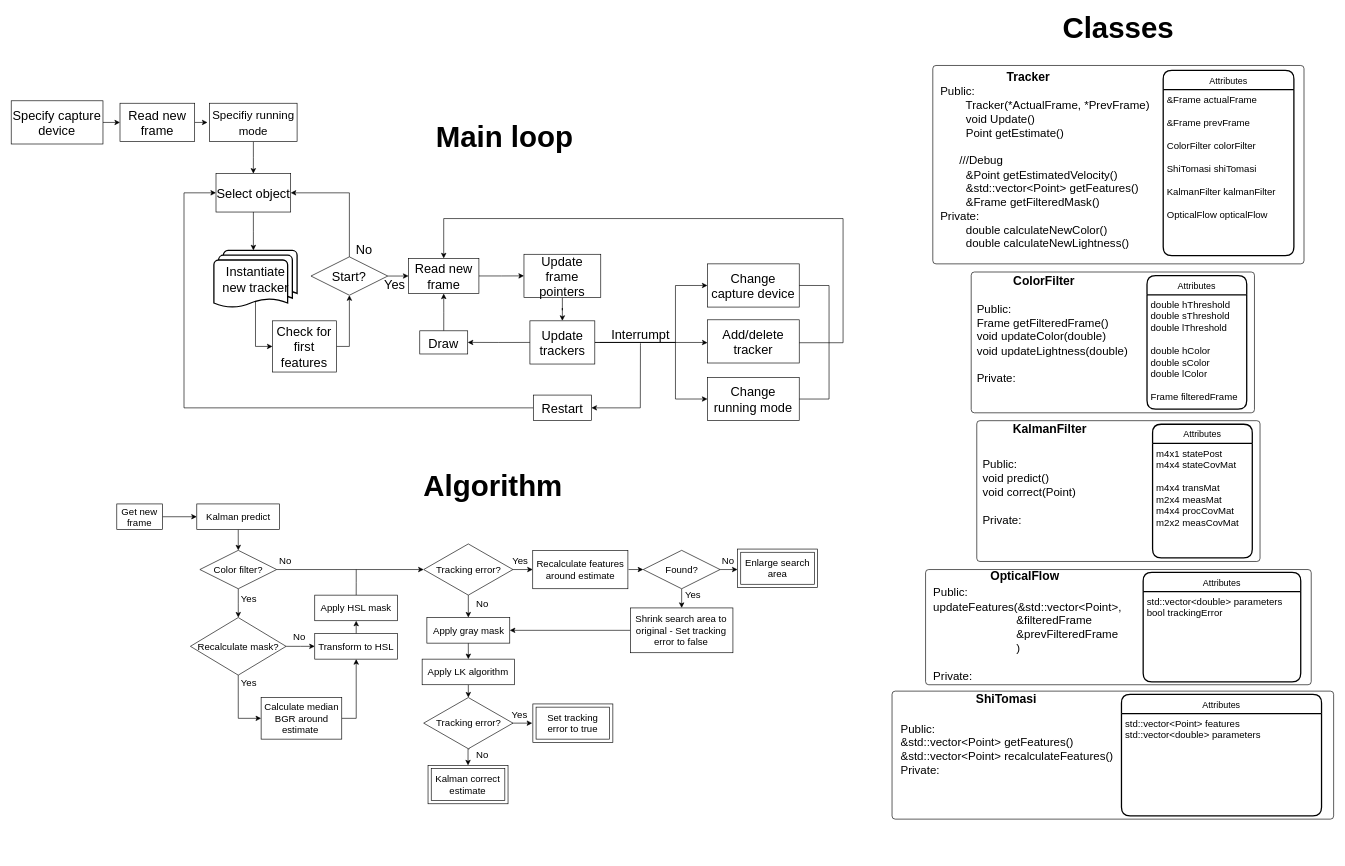
Above: Flowchart.drawio in amechu/TP_FINAL_ASSD (draw.io), before the change. Source tidied: cells renumbered, new cells numbered last; positions are measured from the earlier drawing's top-left corner, leaving out a move shared by most shapes. Both pictures are drawn from the tidied source at 64%, with x=0, y=0 at pixel (11, 11).
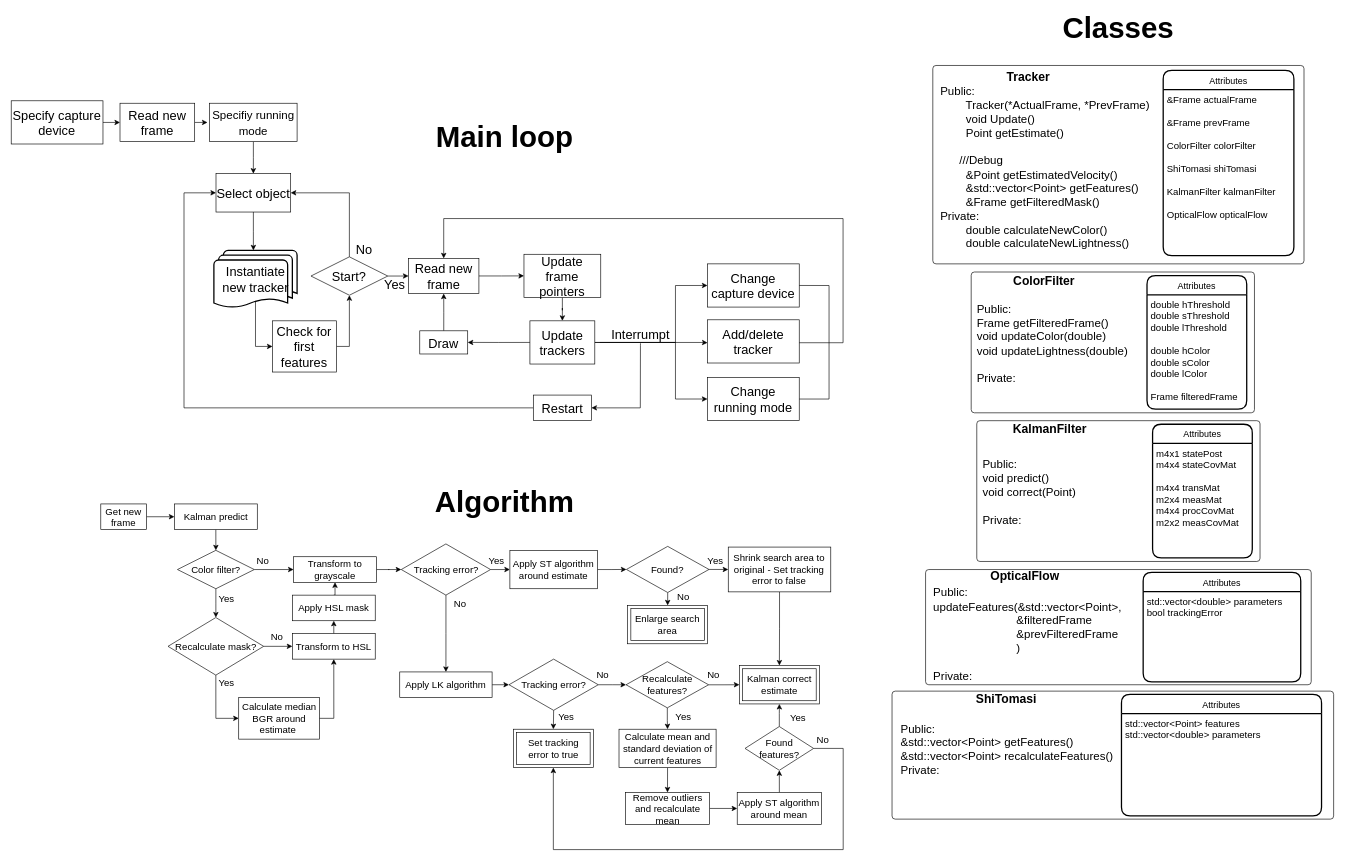
The same page after the edit.

What changed in the source:
```diff
@@
     <mxCell id="59" value="&lt;font size=&quot;1&quot;&gt;&lt;b style=&quot;font-size: 46px&quot;&gt;Algorithm&lt;/b&gt;&lt;/font&gt;" style="html=1;shape=mxgraph.er.anchor;whiteSpace=wrap;" parent="1" vertex="1">
-      <mxGeometry x="633.4" y="715.1" width="240" height="54.7" as="geometry" />
+      <mxGeometry x="651.1" y="740" width="240" height="54.7" as="geometry" />
     </mxCell>
     <mxCell id="60" style="edgeStyle=orthogonalEdgeStyle;rounded=0;jettySize=auto;html=1;exitX=0.5;exitY=1;exitDx=0;exitDy=0;entryX=0.5;entryY=0;entryDx=0;entryDy=0;endArrow=classic;endFill=1;fontSize=15;" parent="1" edge="1" target="65">
       <mxGeometry relative="1" as="geometry">
-        <mxPoint x="354.8" y="847.4" as="sourcePoint" />
+        <mxPoint x="319.8" y="847.4" as="sourcePoint" />
       </mxGeometry>
     </mxCell>
@@
     <mxCell id="62" value="Get new frame" style="whiteSpace=wrap;html=1;align=center;fontSize=15;" parent="1" vertex="1">
-      <mxGeometry x="165" y="769.9" width="71.4" height="40" as="geometry" />
+      <mxGeometry x="140" y="769.9" width="71.4" height="40" as="geometry" />
     </mxCell>
     <mxCell id="63" style="edgeStyle=orthogonalEdgeStyle;rounded=0;jettySize=auto;html=1;exitX=0.5;exitY=1;exitDx=0;exitDy=0;entryX=0.5;entryY=0;entryDx=0;entryDy=0;endArrow=classic;endFill=1;fontSize=15;" parent="1" edge="1" source="65">
       <mxGeometry relative="1" as="geometry">
-        <mxPoint x="354.8" y="947.4" as="targetPoint" />
+        <mxPoint x="319.8" y="947.4" as="targetPoint" />
       </mxGeometry>
     </mxCell>
-    <mxCell id="64" style="edgeStyle=orthogonalEdgeStyle;rounded=0;jettySize=auto;html=1;exitX=1;exitY=0.5;exitDx=0;exitDy=0;endArrow=classic;endFill=1;fontSize=15;entryX=0;entryY=0.5;entryDx=0;entryDy=0;sketch=0;" parent="1" edge="1" source="65" target="79">
-      <mxGeometry relative="1" as="geometry" />
-    </mxCell>
+    <mxCell id="114" style="edgeStyle=orthogonalEdgeStyle;rounded=0;jettySize=auto;html=1;entryX=0;entryY=0.5;entryDx=0;entryDy=0;" parent="1" edge="1" source="65" target="139">
+      <mxGeometry relative="1" as="geometry" />
+    </mxCell>
     <mxCell id="65" value="Color filter?" style="shape=rhombus;perimeter=rhombusPerimeter;whiteSpace=wrap;html=1;align=center;fontSize=15;" parent="1" vertex="1">
-      <mxGeometry x="294.8" y="842.4" width="120" height="60" as="geometry" />
+      <mxGeometry x="259.8" y="842.4" width="120" height="60" as="geometry" />
     </mxCell>
@@
     <mxCell id="67" value="Transform to HSL" style="whiteSpace=wrap;html=1;align=center;fontSize=15;" parent="1" vertex="1">
-      <mxGeometry x="474.3" y="972.4" width="129.5" height="40" as="geometry" />
+      <mxGeometry x="439.3" y="972.4" width="129.5" height="40" as="geometry" />
     </mxCell>
     <mxCell id="68" style="edgeStyle=orthogonalEdgeStyle;rounded=0;jettySize=auto;html=1;exitX=1;exitY=0.5;exitDx=0;exitDy=0;endArrow=classic;endFill=1;fontSize=15;" parent="1" edge="1" source="70">
       <mxGeometry relative="1" as="geometry">
-        <mxPoint x="474.3" y="992.4" as="targetPoint" />
+        <mxPoint x="439.3" y="992.4" as="targetPoint" />
       </mxGeometry>
     </mxCell>
@@
     <mxCell id="70" value="Recalculate mask?" style="shape=rhombus;perimeter=rhombusPerimeter;whiteSpace=wrap;html=1;align=center;fontSize=15;" parent="1" vertex="1">
-      <mxGeometry x="280" y="947.4" width="149.5" height="90" as="geometry" />
+      <mxGeometry x="245" y="947.4" width="149.5" height="90" as="geometry" />
     </mxCell>
     <mxCell id="71" value="No" style="text;html=1;align=center;verticalAlign=middle;fontSize=15;" parent="1" vertex="1">
-      <mxGeometry x="434.5" y="967.4" width="30" height="20" as="geometry" />
+      <mxGeometry x="399.5" y="967.4" width="30" height="20" as="geometry" />
     </mxCell>
     <mxCell id="72" value="Yes" style="text;html=1;align=center;verticalAlign=middle;fontSize=15;" parent="1" vertex="1">
-      <mxGeometry x="350.5" y="907.4" width="40" height="20" as="geometry" />
+      <mxGeometry x="315.5" y="907.4" width="40" height="20" as="geometry" />
     </mxCell>
-    <mxCell id="73" style="edgeStyle=orthogonalEdgeStyle;rounded=0;sketch=0;jettySize=auto;html=1;exitX=0.5;exitY=0;exitDx=0;exitDy=0;endArrow=none;endFill=0;fontSize=15;fontColor=#FF9933;anchorPointDirection=0;" parent="1" edge="1" source="74">
-      <mxGeometry relative="1" as="geometry">
-        <mxPoint x="539.1" y="872.4" as="targetPoint" />
-      </mxGeometry>
-    </mxCell>
+    <mxCell id="115" style="edgeStyle=orthogonalEdgeStyle;rounded=0;jettySize=auto;html=1;exitX=0.5;exitY=0;exitDx=0;exitDy=0;entryX=0.5;entryY=1;entryDx=0;entryDy=0;" parent="1" edge="1" source="74" target="139">
+      <mxGeometry relative="1" as="geometry" />
+    </mxCell>
     <mxCell id="74" value="Apply HSL mask" style="whiteSpace=wrap;html=1;align=center;fontSize=15;" parent="1" vertex="1">
-      <mxGeometry x="474.3" y="912.4" width="129.5" height="40" as="geometry" />
+      <mxGeometry x="439.3" y="912.4" width="129.5" height="40" as="geometry" />
     </mxCell>
@@
-    <mxCell id="77" style="edgeStyle=orthogonalEdgeStyle;rounded=0;jettySize=auto;html=1;exitX=1;exitY=0.5;exitDx=0;exitDy=0;entryX=0;entryY=0.5;entryDx=0;entryDy=0;endArrow=classic;endFill=1;fontSize=15;" parent="1" edge="1" source="79" target="82">
+    <mxCell id="77" style="edgeStyle=orthogonalEdgeStyle;rounded=0;jettySize=auto;html=1;exitX=1;exitY=0.5;exitDx=0;exitDy=0;entryX=0;entryY=0.5;entryDx=0;entryDy=0;" parent="1" edge="1" source="79" target="82">
       <mxGeometry relative="1" as="geometry" />
     </mxCell>
-    <mxCell id="78" style="edgeStyle=orthogonalEdgeStyle;rounded=0;jettySize=auto;html=1;exitX=0.5;exitY=1;exitDx=0;exitDy=0;entryX=0.5;entryY=0;entryDx=0;entryDy=0;endArrow=classic;endFill=1;fontSize=15;" parent="1" edge="1" source="79" target="93">
-      <mxGeometry relative="1" as="geometry" />
-    </mxCell>
+    <mxCell id="116" style="edgeStyle=orthogonalEdgeStyle;rounded=0;jettySize=auto;html=1;entryX=0.5;entryY=0;entryDx=0;entryDy=0;" parent="1" edge="1" source="79" target="97">
+      <mxGeometry relative="1" as="geometry" />
+    </mxCell>
     <mxCell id="79" value="Tracking error?" style="shape=rhombus;perimeter=rhombusPerimeter;whiteSpace=wrap;html=1;align=center;fontSize=15;" parent="1" vertex="1">
-      <mxGeometry x="644.5" y="832.4" width="139.5" height="80" as="geometry" />
+      <mxGeometry x="609.5" y="832.4" width="139.5" height="80" as="geometry" />
     </mxCell>
     <mxCell id="80" value="No" style="text;html=1;align=center;verticalAlign=middle;fontSize=15;" parent="1" vertex="1">
-      <mxGeometry x="413.3" y="849.4" width="30" height="20" as="geometry" />
+      <mxGeometry x="378.3" y="849.4" width="30" height="20" as="geometry" />
     </mxCell>
-    <mxCell id="81" style="edgeStyle=orthogonalEdgeStyle;rounded=0;jettySize=auto;html=1;exitX=1;exitY=0.5;exitDx=0;exitDy=0;entryX=0;entryY=0.5;entryDx=0;entryDy=0;endArrow=classic;endFill=1;fontSize=15;" parent="1" edge="1" target="86">
-      <mxGeometry relative="1" as="geometry">
-        <mxPoint x="964.6" y="872.4" as="sourcePoint" />
-      </mxGeometry>
-    </mxCell>
+    <mxCell id="117" style="edgeStyle=orthogonalEdgeStyle;rounded=0;jettySize=auto;html=1;entryX=0;entryY=0.5;entryDx=0;entryDy=0;" parent="1" edge="1" source="82" target="86">
+      <mxGeometry relative="1" as="geometry" />
+    </mxCell>
-    <mxCell id="82" value="Recalculate features around estimate" style="whiteSpace=wrap;html=1;align=center;fontSize=15;" parent="1" vertex="1">
-      <mxGeometry x="814.9" y="842.4" width="148.7" height="60" as="geometry" />
+    <mxCell id="82" value="Apply ST algorithm around estimate" style="whiteSpace=wrap;html=1;align=center;fontSize=15;" parent="1" vertex="1">
+      <mxGeometry x="779.2" y="842.4" width="136.8" height="60" as="geometry" />
     </mxCell>
     <mxCell id="83" value="Yes" style="text;html=1;align=center;verticalAlign=middle;fontSize=15;" parent="1" vertex="1">
-      <mxGeometry x="775.1" y="849.4" width="40" height="20" as="geometry" />
+      <mxGeometry x="737.8" y="848.4" width="40" height="20" as="geometry" />
     </mxCell>
-    <mxCell id="84" style="edgeStyle=orthogonalEdgeStyle;rounded=0;jettySize=auto;html=1;exitX=1;exitY=0.5;exitDx=0;exitDy=0;endArrow=classic;endFill=1;fontSize=15;" parent="1" edge="1" source="86">
-      <mxGeometry relative="1" as="geometry">
-        <mxPoint x="1134.9" y="872.8" as="targetPoint" />
-      </mxGeometry>
-    </mxCell>
-    <mxCell id="85" style="edgeStyle=orthogonalEdgeStyle;rounded=0;jettySize=auto;html=1;exitX=0.5;exitY=1;exitDx=0;exitDy=0;entryX=0.5;entryY=0;entryDx=0;entryDy=0;endArrow=classic;endFill=1;fontSize=15;" parent="1" edge="1" source="86" target="90">
-      <mxGeometry relative="1" as="geometry" />
-    </mxCell>
-    <mxCell id="86" value="Found?" style="shape=rhombus;perimeter=rhombusPerimeter;whiteSpace=wrap;html=1;align=center;fontSize=15;" parent="1" vertex="1">
-      <mxGeometry x="987.6" y="842.4" width="120" height="60" as="geometry" />
-    </mxCell>
     <mxCell id="87" value="Enlarge search area" style="shape=ext;margin=3;double=1;whiteSpace=wrap;html=1;align=center;fontSize=15;" parent="1" vertex="1">
-      <mxGeometry x="1134.9" y="840.4" width="125" height="60" as="geometry" />
+      <mxGeometry x="963.2" y="928.4" width="125" height="60" as="geometry" />
     </mxCell>
     <mxCell id="88" value="No" style="text;html=1;align=center;verticalAlign=middle;fontSize=15;" parent="1" vertex="1">
-      <mxGeometry x="1104.9" y="849.4" width="30" height="20" as="geometry" />
+      <mxGeometry x="1035.4" y="904.4" width="30" height="20" as="geometry" />
     </mxCell>
-    <mxCell id="89" style="edgeStyle=orthogonalEdgeStyle;rounded=0;jettySize=auto;html=1;exitX=0;exitY=0.5;exitDx=0;exitDy=0;entryX=1;entryY=0.5;entryDx=0;entryDy=0;endArrow=classic;endFill=1;fontSize=15;" parent="1" edge="1" source="90" target="93">
-      <mxGeometry relative="1" as="geometry" />
-    </mxCell>
+    <mxCell id="118" style="edgeStyle=orthogonalEdgeStyle;rounded=0;jettySize=auto;html=1;entryX=0.5;entryY=0;entryDx=0;entryDy=0;" parent="1" edge="1" source="90" target="104">
+      <mxGeometry relative="1" as="geometry" />
+    </mxCell>
     <mxCell id="90" value="Shrink search area to original - Set tracking error to false&lt;br&gt;" style="whiteSpace=wrap;html=1;align=center;fontSize=15;" parent="1" vertex="1">
-      <mxGeometry x="967.5" y="932.4" width="160.2" height="70" as="geometry" />
+      <mxGeometry x="1120.4" y="837.3" width="160.2" height="70" as="geometry" />
     </mxCell>
     <mxCell id="91" value="Yes" style="text;html=1;align=center;verticalAlign=middle;fontSize=15;" parent="1" vertex="1">
-      <mxGeometry x="1044.9" y="902.4" width="40" height="20" as="geometry" />
+      <mxGeometry x="1080.4" y="848.4" width="40" height="20" as="geometry" />
     </mxCell>
-    <mxCell id="92" style="edgeStyle=orthogonalEdgeStyle;rounded=0;jettySize=auto;html=1;exitX=0.5;exitY=1;exitDx=0;exitDy=0;entryX=0.5;entryY=0;entryDx=0;entryDy=0;endArrow=classic;endFill=1;fontSize=15;" parent="1" edge="1" source="93" target="97">
-      <mxGeometry relative="1" as="geometry" />
-    </mxCell>
-    <mxCell id="93" value="Apply gray mask" style="whiteSpace=wrap;html=1;align=center;fontSize=15;" parent="1" vertex="1">
-      <mxGeometry x="649.5" y="947.4" width="129.5" height="40" as="geometry" />
-    </mxCell>
     <mxCell id="94" value="No" style="text;html=1;align=center;verticalAlign=middle;fontSize=15;" parent="1" vertex="1">
-      <mxGeometry x="720.9" y="915.4" width="30" height="20" as="geometry" />
+      <mxGeometry x="685.9" y="915.4" width="30" height="20" as="geometry" />
     </mxCell>
     <mxCell id="95" value="Yes" style="text;html=1;align=center;verticalAlign=middle;fontSize=15;" parent="1" vertex="1">
-      <mxGeometry x="350.5" y="1039.4" width="40" height="20" as="geometry" />
+      <mxGeometry x="315.5" y="1039.4" width="40" height="20" as="geometry" />
     </mxCell>
-    <mxCell id="96" style="edgeStyle=orthogonalEdgeStyle;rounded=0;jettySize=auto;html=1;exitX=0.5;exitY=1;exitDx=0;exitDy=0;entryX=0.5;entryY=0;entryDx=0;entryDy=0;endArrow=classic;endFill=1;fontSize=15;" parent="1" edge="1" source="97" target="99">
+    <mxCell id="96" style="edgeStyle=orthogonalEdgeStyle;rounded=0;jettySize=auto;html=1;exitX=1;exitY=0.5;exitDx=0;exitDy=0;entryX=0;entryY=0.5;entryDx=0;entryDy=0;endArrow=classic;endFill=1;fontSize=15;" parent="1" edge="1" source="97" target="99">
       <mxGeometry relative="1" as="geometry" />
     </mxCell>
     <mxCell id="97" value="Apply LK algorithm" style="whiteSpace=wrap;html=1;align=center;fontSize=15;" parent="1" vertex="1">
-      <mxGeometry x="642.1" y="1012.4" width="144.3" height="40" as="geometry" />
+      <mxGeometry x="607.1" y="1032.4" width="144.3" height="40" as="geometry" />
     </mxCell>
-    <mxCell id="98" style="edgeStyle=orthogonalEdgeStyle;rounded=0;jettySize=auto;html=1;exitX=0.5;exitY=1;exitDx=0;exitDy=0;entryX=0.5;entryY=0;entryDx=0;entryDy=0;endArrow=classic;endFill=1;fontSize=15;" parent="1" edge="1" target="104">
-      <mxGeometry relative="1" as="geometry">
-        <mxPoint x="716.3" y="1152.4" as="sourcePoint" />
-      </mxGeometry>
-    </mxCell>
+    <mxCell id="119" style="edgeStyle=orthogonalEdgeStyle;rounded=0;jettySize=auto;html=1;exitX=0.5;exitY=1;exitDx=0;exitDy=0;entryX=0.5;entryY=0;entryDx=0;entryDy=0;" parent="1" edge="1" source="99" target="102">
+      <mxGeometry relative="1" as="geometry" />
+    </mxCell>
+    <mxCell id="120" style="edgeStyle=orthogonalEdgeStyle;rounded=0;jettySize=auto;html=1;exitX=1;exitY=0.5;exitDx=0;exitDy=0;entryX=0;entryY=0.5;entryDx=0;entryDy=0;" parent="1" edge="1" source="99" target="123">
+      <mxGeometry relative="1" as="geometry" />
+    </mxCell>
     <mxCell id="99" value="Tracking error?" style="shape=rhombus;perimeter=rhombusPerimeter;whiteSpace=wrap;html=1;align=center;fontSize=15;" parent="1" vertex="1">
-      <mxGeometry x="644.5" y="1072.4" width="139.5" height="80" as="geometry" />
+      <mxGeometry x="777.8" y="1012.4" width="139.5" height="80" as="geometry" />
     </mxCell>
-    <mxCell id="100" style="edgeStyle=orthogonalEdgeStyle;rounded=0;orthogonalLoop=1;jettySize=auto;html=1;exitX=1;exitY=0.5;exitDx=0;exitDy=0;entryX=0;entryY=0.5;entryDx=0;entryDy=0;endArrow=classic;endFill=1;fontSize=15;" parent="1" edge="1">
-      <mxGeometry relative="1" as="geometry">
-        <mxPoint x="783.3" y="1112.4" as="sourcePoint" />
-        <mxPoint x="814.1" y="1112.4" as="targetPoint" />
-      </mxGeometry>
-    </mxCell>
     <mxCell id="101" value="Yes" style="text;html=1;align=center;verticalAlign=middle;fontSize=15;" parent="1" vertex="1">
-      <mxGeometry x="774.3" y="1089.4" width="40" height="20" as="geometry" />
+      <mxGeometry x="846.8" y="1092.4" width="40" height="20" as="geometry" />
     </mxCell>
     <mxCell id="102" value="Set tracking error to true" style="shape=ext;margin=3;double=1;whiteSpace=wrap;html=1;align=center;fontSize=15;" parent="1" vertex="1">
-      <mxGeometry x="815.1" y="1082.4" width="125" height="60" as="geometry" />
+      <mxGeometry x="784.6" y="1121.9" width="125" height="60" as="geometry" />
     </mxCell>
     <mxCell id="103" value="No" style="text;html=1;align=center;verticalAlign=middle;fontSize=15;" parent="1" vertex="1">
-      <mxGeometry x="720.9" y="1152.4" width="30" height="20" as="geometry" />
+      <mxGeometry x="908.6" y="1027.4" width="30" height="20" as="geometry" />
     </mxCell>
     <mxCell id="104" value="Kalman correct estimate" style="shape=ext;margin=3;double=1;whiteSpace=wrap;html=1;align=center;fontSize=15;" parent="1" vertex="1">
-      <mxGeometry x="651.3" y="1178.4" width="125" height="60" as="geometry" />
+      <mxGeometry x="1137.8" y="1022.4" width="125" height="60" as="geometry" />
     </mxCell>
@@
     <mxCell id="106" value="Calculate median BGR around estimate&amp;nbsp;" style="whiteSpace=wrap;html=1;align=center;fontSize=15;" parent="1" vertex="1">
-      <mxGeometry x="390.5" y="1072.4" width="126" height="65" as="geometry" />
+      <mxGeometry x="355.5" y="1072.4" width="126" height="65" as="geometry" />
     </mxCell>
@@
     <mxCell id="108" value="Kalman predict" style="whiteSpace=wrap;html=1;align=center;fontSize=15;" parent="1" vertex="1">
-      <mxGeometry x="290" y="769.9" width="129.5" height="40" as="geometry" />
+      <mxGeometry x="255" y="769.9" width="129.5" height="40" as="geometry" />
     </mxCell>
@@
+    <mxCell id="121" style="edgeStyle=orthogonalEdgeStyle;rounded=0;jettySize=auto;html=1;entryX=0;entryY=0.5;entryDx=0;entryDy=0;" parent="1" edge="1" source="123" target="104">
+      <mxGeometry relative="1" as="geometry" />
+    </mxCell>
+    <mxCell id="122" style="edgeStyle=orthogonalEdgeStyle;rounded=0;jettySize=auto;html=1;entryX=0.5;entryY=0;entryDx=0;entryDy=0;" parent="1" edge="1" source="123" target="125">
+      <mxGeometry relative="1" as="geometry" />
+    </mxCell>
+    <mxCell id="123" value="Recalculate features?" style="shape=rhombus;perimeter=rhombusPerimeter;whiteSpace=wrap;html=1;align=center;fontSize=15;" parent="1" vertex="1">
+      <mxGeometry x="960.7" y="1016.4" width="129" height="72.1" as="geometry" />
+    </mxCell>
+    <mxCell id="124" style="edgeStyle=orthogonalEdgeStyle;rounded=0;jettySize=auto;html=1;exitX=0.5;exitY=1;exitDx=0;exitDy=0;entryX=0.5;entryY=0;entryDx=0;entryDy=0;" parent="1" edge="1" source="125" target="127">
+      <mxGeometry relative="1" as="geometry" />
+    </mxCell>
+    <mxCell id="125" value="Calculate mean and standard deviation of current features" style="whiteSpace=wrap;html=1;align=center;fontSize=15;" parent="1" vertex="1">
+      <mxGeometry x="949.7" y="1121.9" width="151.7" height="60" as="geometry" />
+    </mxCell>
+    <mxCell id="126" style="edgeStyle=orthogonalEdgeStyle;rounded=0;jettySize=auto;html=1;entryX=0;entryY=0.5;entryDx=0;entryDy=0;" parent="1" edge="1" source="127" target="129">
+      <mxGeometry relative="1" as="geometry" />
+    </mxCell>
+    <mxCell id="127" value="Remove outliers and recalculate mean" style="whiteSpace=wrap;html=1;align=center;fontSize=15;" parent="1" vertex="1">
+      <mxGeometry x="959.6" y="1220.7" width="131.7" height="50" as="geometry" />
+    </mxCell>
+    <mxCell id="128" style="edgeStyle=orthogonalEdgeStyle;rounded=0;jettySize=auto;html=1;exitX=0.5;exitY=0;exitDx=0;exitDy=0;entryX=0.5;entryY=1;entryDx=0;entryDy=0;" parent="1" edge="1" source="129" target="134">
+      <mxGeometry relative="1" as="geometry" />
+    </mxCell>
+    <mxCell id="129" value="Apply ST algorithm around mean" style="whiteSpace=wrap;html=1;align=center;fontSize=15;" parent="1" vertex="1">
+      <mxGeometry x="1134.4" y="1220.7" width="131.7" height="50" as="geometry" />
+    </mxCell>
+    <mxCell id="130" value="No" style="text;html=1;align=center;verticalAlign=middle;fontSize=15;" parent="1" vertex="1">
+      <mxGeometry x="1082.1" y="1026.4" width="30" height="20" as="geometry" />
+    </mxCell>
+    <mxCell id="85" style="edgeStyle=orthogonalEdgeStyle;rounded=0;jettySize=auto;html=1;exitX=1;exitY=0.5;exitDx=0;exitDy=0;entryX=0;entryY=0.5;entryDx=0;entryDy=0;" parent="1" edge="1" source="86" target="90">
+      <mxGeometry relative="1" as="geometry" />
+    </mxCell>
+    <mxCell id="131" style="edgeStyle=orthogonalEdgeStyle;rounded=0;jettySize=auto;html=1;exitX=0.5;exitY=1;exitDx=0;exitDy=0;entryX=0.5;entryY=0;entryDx=0;entryDy=0;" parent="1" edge="1" source="86" target="87">
+      <mxGeometry relative="1" as="geometry" />
+    </mxCell>
+    <mxCell id="86" value="Found?" style="shape=rhombus;perimeter=rhombusPerimeter;whiteSpace=wrap;html=1;align=center;fontSize=15;" parent="1" vertex="1">
+      <mxGeometry x="961.3" y="836.2" width="129" height="72.1" as="geometry" />
+    </mxCell>
+    <mxCell id="132" style="edgeStyle=orthogonalEdgeStyle;rounded=0;jettySize=auto;html=1;entryX=0.5;entryY=1;entryDx=0;entryDy=0;" parent="1" edge="1" source="134" target="104">
+      <mxGeometry relative="1" as="geometry" />
+    </mxCell>
+    <mxCell id="133" style="edgeStyle=orthogonalEdgeStyle;rounded=0;jettySize=auto;html=1;entryX=0.5;entryY=1;entryDx=0;entryDy=0;" parent="1" edge="1" source="134" target="102">
+      <mxGeometry relative="1" as="geometry">
+        <Array as="points">
+          <mxPoint x="1300" y="1152" />
+          <mxPoint x="1300" y="1310" />
+          <mxPoint x="847" y="1310" />
+        </Array>
+      </mxGeometry>
+    </mxCell>
+    <mxCell id="134" value="Found features?" style="shape=rhombus;perimeter=rhombusPerimeter;whiteSpace=wrap;html=1;align=center;fontSize=15;" parent="1" vertex="1">
+      <mxGeometry x="1146.6" y="1117.7" width="107.2" height="68.4" as="geometry" />
+    </mxCell>
+    <mxCell id="135" value="Yes" style="text;html=1;align=center;verticalAlign=middle;fontSize=15;" parent="1" vertex="1">
+      <mxGeometry x="1030.4" y="1092.4" width="40" height="20" as="geometry" />
+    </mxCell>
+    <mxCell id="136" value="Yes" style="text;html=1;align=center;verticalAlign=middle;fontSize=15;" parent="1" vertex="1">
+      <mxGeometry x="1208.9" y="1093.4" width="40" height="20" as="geometry" />
+    </mxCell>
+    <mxCell id="137" value="No" style="text;html=1;align=center;verticalAlign=middle;fontSize=15;" parent="1" vertex="1">
+      <mxGeometry x="1252.9" y="1128" width="30" height="20" as="geometry" />
+    </mxCell>
+    <mxCell id="138" style="edgeStyle=orthogonalEdgeStyle;rounded=0;jettySize=auto;html=1;entryX=0;entryY=0.5;entryDx=0;entryDy=0;" parent="1" edge="1" source="139" target="79">
+      <mxGeometry relative="1" as="geometry" />
+    </mxCell>
+    <mxCell id="139" value="Transform to grayscale" style="whiteSpace=wrap;html=1;align=center;fontSize=15;" parent="1" vertex="1">
+      <mxGeometry x="441.2" y="852.4" width="129.5" height="40" as="geometry" />
+    </mxCell>
```
